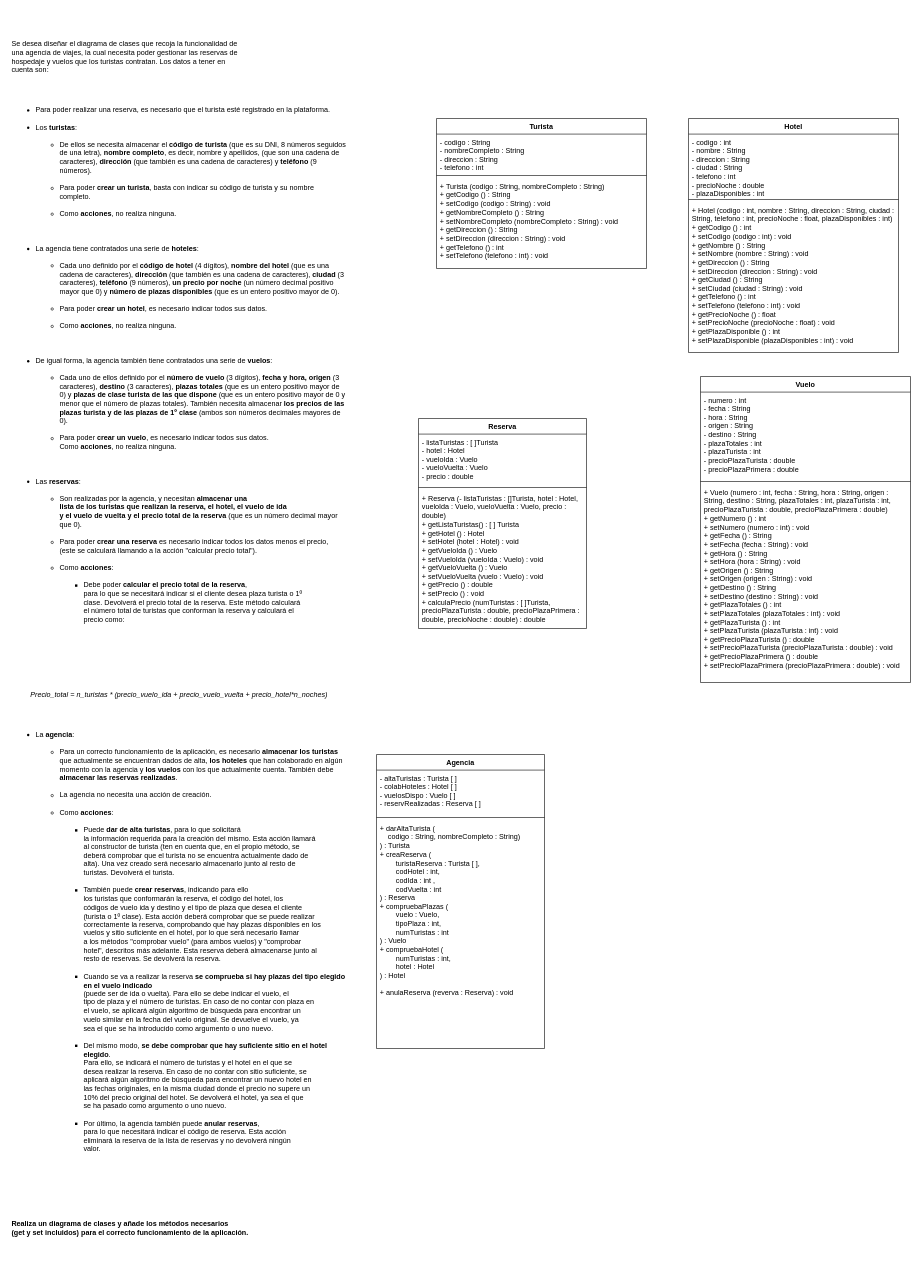
Above: page "Página-2" (2 of 4) of Entornos/Diagramas de clase.drawio in fersanzenrique-cell/learningCode (draw.io), before the change. Source tidied: cells renumbered, new cells numbered last; positions are measured from the earlier drawing's top-left corner, leaving out a move shared by most shapes. Both pictures are drawn from the tidied source at 60%, with x=0, y=0 at pixel (10, 28).
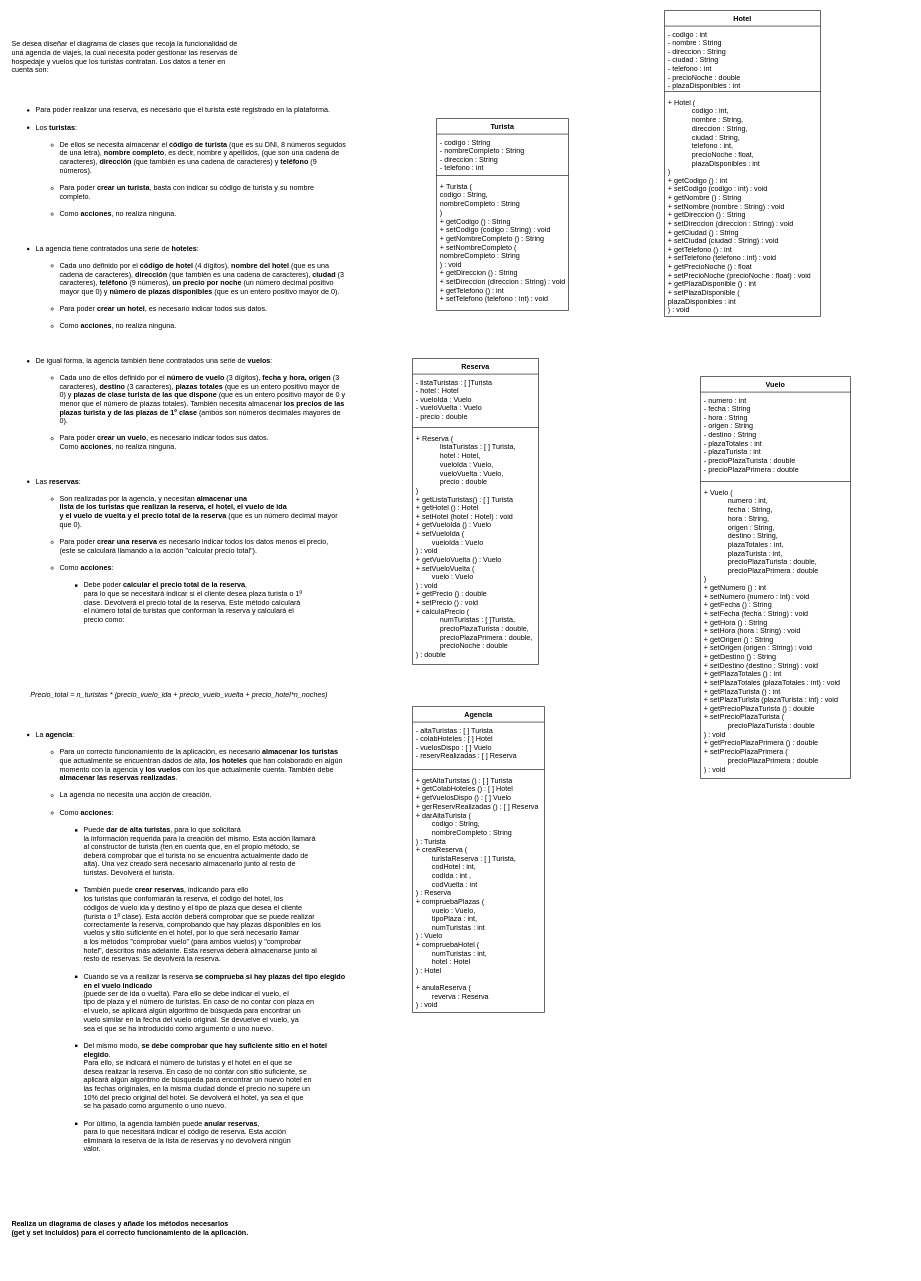
Above is the later version.

What changed in the source:
```diff
@@
     <mxCell id="3" value="Turista" style="swimlane;fontStyle=1;align=center;verticalAlign=top;horizontal=1;startSize=26;whiteSpace=wrap;html=1;" parent="1" vertex="1">
-      <mxGeometry x="710" y="150" width="350" height="250" as="geometry" />
+      <mxGeometry x="710" y="150" width="220" height="320" as="geometry" />
     </mxCell>
     <mxCell id="4" value="- codigo : String&lt;br&gt;- nombreCompleto : String&lt;br&gt;- direccion : String&lt;br&gt;- telefono : int" style="text;strokeColor=none;fillColor=none;align=left;verticalAlign=top;spacingLeft=4;spacingRight=4;overflow=hidden;whiteSpace=wrap;html=1;" parent="3" vertex="1">
-      <mxGeometry y="26" width="350" height="64" as="geometry" />
+      <mxGeometry y="26" width="220" height="64" as="geometry" />
     </mxCell>
     <mxCell id="5" style="line;strokeWidth=1;fillColor=none;align=left;verticalAlign=middle;spacingTop=-1;spacingLeft=3;spacingRight=3;labelPosition=right;strokeColor=inherit;" parent="3" vertex="1">
-      <mxGeometry y="90" width="350" height="10" as="geometry" />
+      <mxGeometry y="90" width="220" height="10" as="geometry" />
     </mxCell>
-    <mxCell id="6" value="+ Turista (codigo : String, nombreCompleto : String)&lt;br&gt;+ getCodigo () : String&lt;br&gt;+ setCodigo (codigo : String) : void&lt;br&gt;+ getNombreCompleto () : String&lt;br&gt;+ setNombreCompleto (nombreCompleto : String) : void&lt;br&gt;+ getDireccion () : String&lt;br&gt;+ setDireccion (direccion : String) : void&lt;br&gt;+ getTelefono () : int&lt;br&gt;+ setTelefono (telefono : int) : void" style="text;strokeColor=none;fillColor=none;align=left;verticalAlign=top;spacingLeft=4;spacingRight=4;overflow=hidden;whiteSpace=wrap;html=1;" parent="3" vertex="1">
-      <mxGeometry y="100" width="350" height="150" as="geometry" />
+    <mxCell id="6" value="+ Turista (&lt;br&gt;codigo : String,&lt;br&gt;nombreCompleto : String&lt;br&gt;)&lt;br&gt;+ getCodigo () : String&lt;br&gt;+ setCodigo (codigo : String) : void&lt;br&gt;+ getNombreCompleto () : String&lt;br&gt;+ setNombreCompleto (&lt;br&gt;nombreCompleto : String&lt;br&gt;) : void&lt;br&gt;+ getDireccion () : String&lt;br&gt;+ setDireccion (direccion : String) : void&lt;br&gt;+ getTelefono () : int&lt;br&gt;+ setTelefono (telefono : int) : void" style="text;strokeColor=none;fillColor=none;align=left;verticalAlign=top;spacingLeft=4;spacingRight=4;overflow=hidden;whiteSpace=wrap;html=1;" parent="3" vertex="1">
+      <mxGeometry y="100" width="220" height="220" as="geometry" />
     </mxCell>
     <mxCell id="7" value="Hotel" style="swimlane;fontStyle=1;align=center;verticalAlign=top;horizontal=1;startSize=26;whiteSpace=wrap;html=1;" parent="1" vertex="1">
-      <mxGeometry x="1130" y="150" width="350" height="390" as="geometry" />
+      <mxGeometry x="1090" y="-30" width="260" height="510" as="geometry" />
     </mxCell>
     <mxCell id="8" value="- codigo : int&lt;br&gt;- nombre : String&lt;br&gt;- direccion : String&lt;br&gt;- ciudad : String&lt;br&gt;- telefono : int&lt;br&gt;- precioNoche : double&lt;br&gt;- plazaDisponibles : int" style="text;strokeColor=none;fillColor=none;align=left;verticalAlign=top;spacingLeft=4;spacingRight=4;overflow=hidden;whiteSpace=wrap;html=1;" parent="7" vertex="1">
-      <mxGeometry y="26" width="350" height="104" as="geometry" />
+      <mxGeometry y="26" width="260" height="104" as="geometry" />
     </mxCell>
     <mxCell id="9" style="line;strokeWidth=1;fillColor=none;align=left;verticalAlign=middle;spacingTop=-1;spacingLeft=3;spacingRight=3;labelPosition=right;strokeColor=inherit;" parent="7" vertex="1">
-      <mxGeometry y="130" width="350" height="10" as="geometry" />
+      <mxGeometry y="130" width="260" height="10" as="geometry" />
     </mxCell>
-    <mxCell id="10" value="+ Hotel (codigo : int, nombre : String, direccion : String, ciudad : String, telefono : int, precioNoche : float, plazaDisponibles : int)&lt;br&gt;+ getCodigo () : int&lt;br&gt;+ setCodigo (codigo : int) : void&lt;br&gt;+ getNombre () : String&lt;br&gt;+ setNombre (nombre : String) : void&lt;br&gt;+ getDireccion () : String&lt;br&gt;+ setDireccion (direccion : String) : void&lt;br&gt;+ getCiudad () : String&lt;br&gt;+ setCiudad (ciudad : String) : void&lt;br&gt;+ getTelefono () : int&lt;br&gt;+ setTelefono (telefono : int) : void&lt;br&gt;+ getPrecioNoche () : float&lt;br&gt;+ setPrecioNoche (precioNoche : float) : void&lt;br&gt;+ getPlazaDisponible () : int&lt;br&gt;+ setPlazaDisponible (plazaDisponibles : int) : void" style="text;strokeColor=none;fillColor=none;align=left;verticalAlign=top;spacingLeft=4;spacingRight=4;overflow=hidden;whiteSpace=wrap;html=1;" parent="7" vertex="1">
-      <mxGeometry y="140" width="350" height="250" as="geometry" />
+    <mxCell id="10" value="+ Hotel (&lt;br&gt;&lt;blockquote style=&quot;margin: 0 0 0 40px; border: none; padding: 0px;&quot;&gt;codigo : int,&lt;br&gt;nombre : String,&lt;br&gt;direccion : String,&lt;br&gt;ciudad : String,&lt;br&gt;telefono : int,&lt;br&gt;precioNoche : float,&lt;br&gt;plazaDisponibles : int&lt;/blockquote&gt;)&lt;br&gt;+ getCodigo () : int&lt;br&gt;+ setCodigo (codigo : int) : void&lt;br&gt;+ getNombre () : String&lt;br&gt;+ setNombre (nombre : String) : void&lt;br&gt;+ getDireccion () : String&lt;br&gt;+ setDireccion (direccion : String) : void&lt;br&gt;+ getCiudad () : String&lt;br&gt;+ setCiudad (ciudad : String) : void&lt;br&gt;+ getTelefono () : int&lt;br&gt;+ setTelefono (telefono : int) : void&lt;br&gt;+ getPrecioNoche () : float&lt;br&gt;+ setPrecioNoche (precioNoche : float) : void&lt;br&gt;+ getPlazaDisponible () : int&lt;br&gt;+ setPlazaDisponible (&lt;br&gt;plazaDisponibles : int&lt;br&gt;) : void" style="text;strokeColor=none;fillColor=none;align=left;verticalAlign=top;spacingLeft=4;spacingRight=4;overflow=hidden;whiteSpace=wrap;html=1;" parent="7" vertex="1">
+      <mxGeometry y="140" width="260" height="370" as="geometry" />
     </mxCell>
     <mxCell id="11" value="Vuelo" style="swimlane;fontStyle=1;align=center;verticalAlign=top;horizontal=1;startSize=26;whiteSpace=wrap;html=1;" parent="1" vertex="1">
-      <mxGeometry x="1150" y="580" width="350" height="510" as="geometry" />
+      <mxGeometry x="1150" y="580" width="250" height="670" as="geometry" />
     </mxCell>
     <mxCell id="12" value="- numero : int&lt;br&gt;- fecha : String&lt;br&gt;- hora : String&lt;br&gt;- origen : String&lt;br&gt;- destino : String&lt;br&gt;- plazaTotales : int&lt;br&gt;- plazaTurista : int&lt;br&gt;- precioPlazaTurista : double&lt;br&gt;- precioPlazaPrimera : double&amp;nbsp;" style="text;strokeColor=none;fillColor=none;align=left;verticalAlign=top;spacingLeft=4;spacingRight=4;overflow=hidden;whiteSpace=wrap;html=1;" parent="11" vertex="1">
-      <mxGeometry y="26" width="350" height="144" as="geometry" />
+      <mxGeometry y="26" width="250" height="144" as="geometry" />
     </mxCell>
     <mxCell id="13" style="line;strokeWidth=1;fillColor=none;align=left;verticalAlign=middle;spacingTop=-1;spacingLeft=3;spacingRight=3;labelPosition=right;strokeColor=inherit;" parent="11" vertex="1">
-      <mxGeometry y="170" width="350" height="10" as="geometry" />
+      <mxGeometry y="170" width="250" height="10" as="geometry" />
     </mxCell>
-    <mxCell id="14" value="+ Vuelo (numero : int, fecha : String, hora : String, origen : String, destino : String, plazaTotales : int, plazaTurista : int, precioPlazaTurista : double, precioPlazaPrimera : double)&lt;br&gt;+ getNumero () : int&lt;br&gt;+ setNumero (numero : int) : void&lt;br&gt;+ getFecha () : String&lt;br&gt;+ setFecha (fecha : String) : void&lt;br&gt;+ getHora () : String&lt;br&gt;+ setHora (hora : String) : void&lt;br&gt;+ getOrigen () : String&lt;br&gt;+ setOrigen (origen : String) : void&lt;br&gt;+ getDestino () : String&lt;br&gt;+ setDestino (destino : String) : void&lt;br&gt;+ getPlazaTotales () : int&lt;br&gt;+ setPlazaTotales (plazaTotales : int) : void&lt;br&gt;+ getPlazaTurista () : int&lt;br&gt;+ setPlazaTurista (plazaTurista : int) : void&lt;br&gt;+ getPrecioPlazaTurista () : double&lt;br&gt;+ setPrecioPlazaTurista (precioPlazaTurista : double) : void&lt;br&gt;+ getPrecioPlazaPrimera () : double&lt;br style=&quot;border-color: var(--border-color);&quot;&gt;+ setPrecioPlazaPrimera (precioPlazaPrimera : double) : void" style="text;strokeColor=none;fillColor=none;align=left;verticalAlign=top;spacingLeft=4;spacingRight=4;overflow=hidden;whiteSpace=wrap;html=1;" parent="11" vertex="1">
-      <mxGeometry y="180" width="350" height="330" as="geometry" />
+    <mxCell id="14" value="+ Vuelo (&lt;br&gt;&lt;blockquote style=&quot;margin: 0 0 0 40px; border: none; padding: 0px;&quot;&gt;numero : int,&lt;br&gt;fecha : String,&lt;br&gt;hora : String,&lt;br&gt;origen : String,&lt;br&gt;destino : String,&lt;br&gt;plazaTotales : int,&lt;br&gt;plazaTurista : int,&lt;br&gt;precioPlazaTurista : double,&lt;br&gt;precioPlazaPrimera : double&lt;/blockquote&gt;)&lt;br&gt;+ getNumero () : int&lt;br&gt;+ setNumero (numero : int) : void&lt;br&gt;+ getFecha () : String&lt;br&gt;+ setFecha (fecha : String) : void&lt;br&gt;+ getHora () : String&lt;br&gt;+ setHora (hora : String) : void&lt;br&gt;+ getOrigen () : String&lt;br&gt;+ setOrigen (origen : String) : void&lt;br&gt;+ getDestino () : String&lt;br&gt;+ setDestino (destino : String) : void&lt;br&gt;+ getPlazaTotales () : int&lt;br&gt;+ setPlazaTotales (plazaTotales : int) : void&lt;br&gt;+ getPlazaTurista () : int&lt;br&gt;+ setPlazaTurista (plazaTurista : int) : void&lt;br&gt;+ getPrecioPlazaTurista () : double&lt;br&gt;+ setPrecioPlazaTurista (&lt;br&gt;&lt;blockquote style=&quot;margin: 0 0 0 40px; border: none; padding: 0px;&quot;&gt;precioPlazaTurista : double&lt;/blockquote&gt;) : void&lt;br&gt;+ getPrecioPlazaPrimera () : double&lt;br style=&quot;border-color: var(--border-color);&quot;&gt;+ setPrecioPlazaPrimera (&lt;br&gt;&lt;blockquote style=&quot;margin: 0 0 0 40px; border: none; padding: 0px;&quot;&gt;precioPlazaPrimera : double&lt;/blockquote&gt;) : void" style="text;strokeColor=none;fillColor=none;align=left;verticalAlign=top;spacingLeft=4;spacingRight=4;overflow=hidden;whiteSpace=wrap;html=1;" parent="11" vertex="1">
+      <mxGeometry y="180" width="250" height="490" as="geometry" />
     </mxCell>
     <mxCell id="15" value="Reserva" style="swimlane;fontStyle=1;align=center;verticalAlign=top;horizontal=1;startSize=26;whiteSpace=wrap;html=1;" parent="1" vertex="1">
-      <mxGeometry x="680" y="650" width="280" height="350" as="geometry" />
+      <mxGeometry x="670" y="550" width="210" height="510" as="geometry" />
     </mxCell>
     <mxCell id="16" value="- listaTuristas : [ ]Turista&lt;br&gt;- hotel : Hotel&lt;br&gt;- vueloIda : Vuelo&lt;br&gt;- vueloVuelta : Vuelo&lt;br&gt;- precio : double" style="text;strokeColor=none;fillColor=none;align=left;verticalAlign=top;spacingLeft=4;spacingRight=4;overflow=hidden;whiteSpace=wrap;html=1;" parent="15" vertex="1">
-      <mxGeometry y="26" width="280" height="84" as="geometry" />
+      <mxGeometry y="26" width="210" height="84" as="geometry" />
     </mxCell>
     <mxCell id="17" style="line;strokeWidth=1;fillColor=none;align=left;verticalAlign=middle;spacingTop=-1;spacingLeft=3;spacingRight=3;labelPosition=right;strokeColor=inherit;" parent="15" vertex="1">
-      <mxGeometry y="110" width="280" height="10" as="geometry" />
+      <mxGeometry y="110" width="210" height="10" as="geometry" />
     </mxCell>
-    <mxCell id="18" value="+ Reserva (- listaTuristas : []Turista, hotel : Hotel, vueloIda : Vuelo, vueloVuelta : Vuelo, precio : double)&lt;br&gt;+ getListaTuristas() : [ ] Turista&lt;br&gt;+ getHotel () : Hotel&lt;br&gt;+ setHotel (hotel : Hotel) : void&lt;br&gt;+ getVueloIda () : Vuelo&lt;br&gt;+ setVueloIda (vueloIda : Vuelo) : void&lt;br&gt;+ getVueloVuelta () : Vuelo&lt;br&gt;+ setVueloVuelta (vuelo : Vuelo) : void&lt;br&gt;+ getPrecio () : double&lt;br&gt;+ setPrecio () : void&lt;br&gt;+ calculaPrecio (numTuristas : [ ]Turista, precioPlazaTurista : double, precioPlazaPrimera : double, precioNoche : double) : double" style="text;strokeColor=none;fillColor=none;align=left;verticalAlign=top;spacingLeft=4;spacingRight=4;overflow=hidden;whiteSpace=wrap;html=1;" parent="15" vertex="1">
-      <mxGeometry y="120" width="280" height="230" as="geometry" />
+    <mxCell id="18" value="+ Reserva (&lt;br&gt;&lt;blockquote style=&quot;margin: 0 0 0 40px; border: none; padding: 0px;&quot;&gt;listaTuristas : [ ] Turista,&lt;br&gt;hotel : Hotel,&lt;br&gt;vueloIda : Vuelo,&lt;br&gt;vueloVuelta : Vuelo,&lt;br&gt;precio : double&lt;/blockquote&gt;)&lt;br&gt;+ getListaTuristas() : [ ] Turista&lt;br&gt;+ getHotel () : Hotel&lt;br&gt;+ setHotel (hotel : Hotel) : void&lt;br&gt;+ getVueloIda () : Vuelo&lt;br&gt;+ setVueloIda (&lt;br&gt;&lt;span style=&quot;white-space: pre;&quot;&gt;&#9;&lt;/span&gt;vueloIda : Vuelo&lt;br&gt;) : void&lt;br&gt;+ getVueloVuelta () : Vuelo&lt;br&gt;+ setVueloVuelta (&lt;br&gt;&lt;span style=&quot;white-space: pre;&quot;&gt;&#9;&lt;/span&gt;vuelo : Vuelo&lt;br&gt;) : void&lt;br&gt;+ getPrecio () : double&lt;br&gt;+ setPrecio () : void&lt;br&gt;+ calculaPrecio (&lt;br&gt;&lt;blockquote style=&quot;margin: 0 0 0 40px; border: none; padding: 0px;&quot;&gt;numTuristas : [ ]Turista,&lt;br&gt;precioPlazaTurista : double,&lt;br&gt;precioPlazaPrimera : double,&lt;br&gt;precioNoche : double&lt;/blockquote&gt;) : double" style="text;strokeColor=none;fillColor=none;align=left;verticalAlign=top;spacingLeft=4;spacingRight=4;overflow=hidden;whiteSpace=wrap;html=1;" parent="15" vertex="1">
+      <mxGeometry y="120" width="210" height="390" as="geometry" />
     </mxCell>
     <mxCell id="19" value="Agencia" style="swimlane;fontStyle=1;align=center;verticalAlign=top;horizontal=1;startSize=26;whiteSpace=wrap;html=1;" parent="1" vertex="1">
-      <mxGeometry x="610" y="1210" width="280" height="490" as="geometry" />
+      <mxGeometry x="670" y="1130" width="220" height="510" as="geometry" />
     </mxCell>
-    <mxCell id="20" value="- altaTuristas : Turista [ ]&lt;br&gt;- colabHoteles : Hotel [ ]&lt;br&gt;- vuelosDispo : Vuelo [ ]&lt;br&gt;- reservRealizadas : Reserva [ ]&amp;nbsp;" style="text;strokeColor=none;fillColor=none;align=left;verticalAlign=top;spacingLeft=4;spacingRight=4;overflow=hidden;whiteSpace=wrap;html=1;" parent="19" vertex="1">
-      <mxGeometry y="26" width="280" height="74" as="geometry" />
+    <mxCell id="20" value="- altaTuristas : [ ] Turista&lt;br&gt;- colabHoteles : [ ] Hotel&lt;br&gt;- vuelosDispo : [ ] Vuelo&lt;br&gt;- reservRealizadas : [ ] Reserva" style="text;strokeColor=none;fillColor=none;align=left;verticalAlign=top;spacingLeft=4;spacingRight=4;overflow=hidden;whiteSpace=wrap;html=1;" parent="19" vertex="1">
+      <mxGeometry y="26" width="220" height="74" as="geometry" />
     </mxCell>
     <mxCell id="21" style="line;strokeWidth=1;fillColor=none;align=left;verticalAlign=middle;spacingTop=-1;spacingLeft=3;spacingRight=3;labelPosition=right;strokeColor=inherit;" parent="19" vertex="1">
-      <mxGeometry y="100" width="280" height="10" as="geometry" />
+      <mxGeometry y="100" width="220" height="10" as="geometry" />
     </mxCell>
-    <mxCell id="22" value="+ darAltaTurista (&lt;br&gt;&lt;span style=&quot;&quot;&gt;&lt;span style=&quot;&quot;&gt;&amp;nbsp;&amp;nbsp;&amp;nbsp;&amp;nbsp;&lt;/span&gt;&lt;/span&gt;codigo : String, nombreCompleto : String)&lt;br&gt;) : Turista&lt;br&gt;+ creaReserva (&lt;br&gt;&lt;span style=&quot;white-space: pre;&quot;&gt;&#9;&lt;/span&gt;turistaReserva : Turista [ ],&lt;br&gt;&lt;span style=&quot;white-space: pre;&quot;&gt;&#9;&lt;/span&gt;codHotel : int,&lt;br&gt;&lt;span style=&quot;white-space: pre;&quot;&gt;&#9;&lt;/span&gt;codIda : int ,&lt;br&gt;&lt;span style=&quot;white-space: pre;&quot;&gt;&#9;&lt;/span&gt;codVuelta : int&lt;br&gt;) : Reserva&lt;div&gt;+ compruebaPlazas (&lt;/div&gt;&lt;div&gt;&lt;span style=&quot;white-space: pre;&quot;&gt;&#9;&lt;/span&gt;vuelo : Vuelo,&lt;/div&gt;&lt;div&gt;&lt;span style=&quot;white-space: pre;&quot;&gt;&#9;&lt;/span&gt;tipoPlaza : int,&lt;br&gt;&lt;/div&gt;&lt;div&gt;&lt;span style=&quot;white-space: pre;&quot;&gt;&#9;&lt;/span&gt;numTuristas : int&lt;/div&gt;&lt;div&gt;) : Vuelo&lt;/div&gt;&lt;div&gt;+ compruebaHotel (&lt;/div&gt;&lt;div&gt;&lt;span style=&quot;white-space: pre;&quot;&gt;&#9;&lt;/span&gt;numTuristas : int,&lt;br&gt;&lt;/div&gt;&lt;div&gt;&lt;span style=&quot;white-space: pre;&quot;&gt;&#9;&lt;/span&gt;hotel : Hotel&lt;br&gt;&lt;/div&gt;&lt;div&gt;) : Hotel&lt;/div&gt;&lt;div&gt;&lt;br&gt;&lt;/div&gt;&lt;div&gt;+ anulaReserva (&lt;span style=&quot;background-color: transparent; color: light-dark(rgb(0, 0, 0), rgb(255, 255, 255));&quot;&gt;reverva : Reserva&lt;/span&gt;&lt;span style=&quot;background-color: transparent; color: light-dark(rgb(0, 0, 0), rgb(255, 255, 255));&quot;&gt;) : void&lt;/span&gt;&lt;/div&gt;" style="text;strokeColor=none;fillColor=none;align=left;verticalAlign=top;spacingLeft=4;spacingRight=4;overflow=hidden;whiteSpace=wrap;html=1;" parent="19" vertex="1">
-      <mxGeometry y="110" width="280" height="380" as="geometry" />
+    <mxCell id="22" value="+ getAltaTuristas () : [ ] Turista&lt;br&gt;+ getColabHoteles () : [ ] Hotel&lt;br&gt;+ getVuelosDispo () : [ ] Vuelo&lt;br&gt;+ gerReservRealizadas () : [ ] Reserva&lt;br&gt;+ darAltaTurista (&lt;br&gt;&lt;span style=&quot;white-space: pre;&quot;&gt;&#9;&lt;/span&gt;codigo : String,&lt;br&gt;&lt;span style=&quot;white-space: pre;&quot;&gt;&#9;&lt;/span&gt;nombreCompleto : String&lt;br&gt;) : Turista&lt;br&gt;+ creaReserva (&lt;br&gt;&lt;span style=&quot;white-space: pre;&quot;&gt;&#9;&lt;/span&gt;turistaReserva : [ ] Turista,&lt;br&gt;&lt;span style=&quot;white-space: pre;&quot;&gt;&#9;&lt;/span&gt;codHotel : int,&lt;br&gt;&lt;span style=&quot;white-space: pre;&quot;&gt;&#9;&lt;/span&gt;codIda : int ,&lt;br&gt;&lt;span style=&quot;white-space: pre;&quot;&gt;&#9;&lt;/span&gt;codVuelta : int&lt;br&gt;) : Reserva&lt;div&gt;+ compruebaPlazas (&lt;/div&gt;&lt;div&gt;&lt;span style=&quot;white-space: pre;&quot;&gt;&#9;&lt;/span&gt;vuelo : Vuelo,&lt;/div&gt;&lt;div&gt;&lt;span style=&quot;white-space: pre;&quot;&gt;&#9;&lt;/span&gt;tipoPlaza : int,&lt;br&gt;&lt;/div&gt;&lt;div&gt;&lt;span style=&quot;white-space: pre;&quot;&gt;&#9;&lt;/span&gt;numTuristas : int&lt;/div&gt;&lt;div&gt;) : Vuelo&lt;/div&gt;&lt;div&gt;+ compruebaHotel (&lt;/div&gt;&lt;div&gt;&lt;span style=&quot;white-space: pre;&quot;&gt;&#9;&lt;/span&gt;numTuristas : int,&lt;br&gt;&lt;/div&gt;&lt;div&gt;&lt;span style=&quot;white-space: pre;&quot;&gt;&#9;&lt;/span&gt;hotel : Hotel&lt;br&gt;&lt;/div&gt;&lt;div&gt;) : Hotel&lt;/div&gt;&lt;div&gt;&lt;br&gt;&lt;/div&gt;&lt;div&gt;+ anulaReserva (&lt;/div&gt;&lt;div&gt;&lt;span style=&quot;background-color: transparent; color: light-dark(rgb(0, 0, 0), rgb(255, 255, 255));&quot;&gt;&lt;span style=&quot;white-space: pre;&quot;&gt;&#9;&lt;/span&gt;reverva : Reserva&lt;/span&gt;&lt;/div&gt;&lt;div&gt;&lt;span style=&quot;background-color: transparent; color: light-dark(rgb(0, 0, 0), rgb(255, 255, 255));&quot;&gt;) : void&lt;/span&gt;&lt;/div&gt;" style="text;strokeColor=none;fillColor=none;align=left;verticalAlign=top;spacingLeft=4;spacingRight=4;overflow=hidden;whiteSpace=wrap;html=1;" parent="19" vertex="1">
+      <mxGeometry y="110" width="220" height="400" as="geometry" />
     </mxCell>
```
